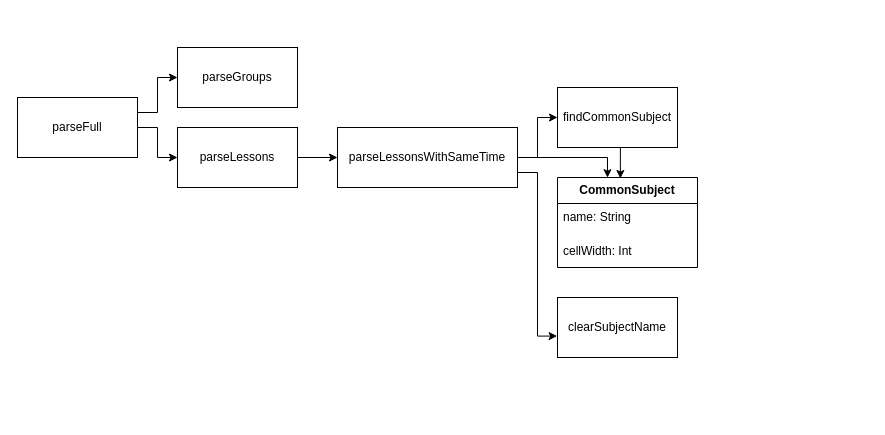
galina-ta/cspu-architecture keeps this draw.io diagram as main.drawio. Above is the earlier version. Source tidied: cells renumbered, new cells numbered last; positions are measured from the earlier drawing's top-left corner, leaving out a move shared by most shapes. Both pictures are drawn from the tidied source at 100%, with x=0, y=0 at pixel (17, 47).
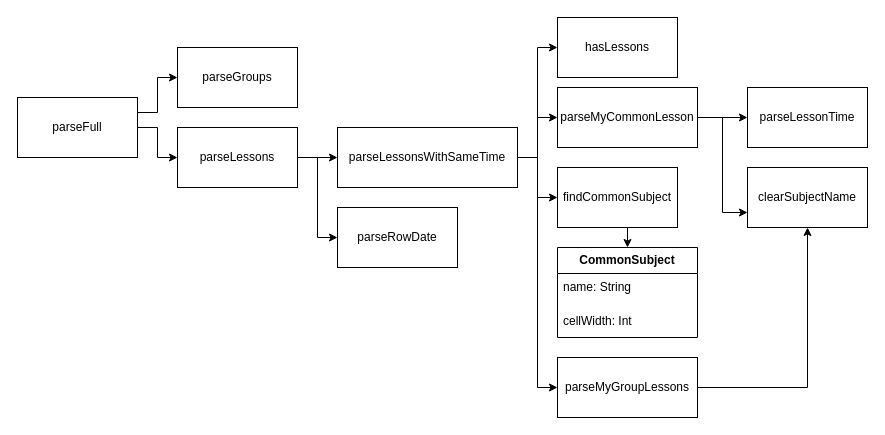
The same diagram, later.

Unchanged cells that the change refers to:
```xml
<mxCell id="6" value="parseLessons" style="rounded=0;whiteSpace=wrap;html=1;" parent="1" vertex="1">
  <mxGeometry x="160" y="80" width="120" height="60" as="geometry" />
</mxCell>
<mxCell id="13" value="parseLessonsWithSameTime" style="rounded=0;whiteSpace=wrap;html=1;" parent="1" vertex="1">
  <mxGeometry x="320" y="80" width="180" height="60" as="geometry" />
</mxCell>
```

Change to the diagram source:
```diff
@@
+    <mxCell id="18" style="edgeStyle=orthogonalEdgeStyle;rounded=0;jettySize=auto;html=1;exitX=1;exitY=0.5;exitDx=0;exitDy=0;entryX=0;entryY=0.5;entryDx=0;entryDy=0;" parent="1" edge="1" source="6" target="22">
+      <mxGeometry relative="1" as="geometry" />
+    </mxCell>
@@
-    <mxCell id="8" style="edgeStyle=orthogonalEdgeStyle;rounded=0;jettySize=auto;html=1;exitX=0.5;exitY=1;exitDx=0;exitDy=0;entryX=0.449;entryY=0.011;entryDx=0;entryDy=0;entryPerimeter=0;" parent="1" edge="1" source="9" target="15">
-      <mxGeometry relative="1" as="geometry" />
-    </mxCell>
-    <mxCell id="9" value="findCommonSubject" style="rounded=0;whiteSpace=wrap;html=1;" parent="1" vertex="1">
-      <mxGeometry x="540" y="40" width="120" height="60" as="geometry" />
-    </mxCell>
@@
-    <mxCell id="11" style="edgeStyle=orthogonalEdgeStyle;rounded=0;jettySize=auto;html=1;exitX=1;exitY=0.75;exitDx=0;exitDy=0;entryX=-0.003;entryY=0.643;entryDx=0;entryDy=0;entryPerimeter=0;" parent="1" edge="1" source="13" target="14">
-      <mxGeometry relative="1" as="geometry" />
-    </mxCell>
-    <mxCell id="12" style="edgeStyle=orthogonalEdgeStyle;rounded=0;jettySize=auto;html=1;exitX=1;exitY=0.5;exitDx=0;exitDy=0;entryX=0.357;entryY=0.002;entryDx=0;entryDy=0;entryPerimeter=0;" parent="1" edge="1" source="13" target="15">
-      <mxGeometry relative="1" as="geometry" />
-    </mxCell>
+    <mxCell id="19" style="edgeStyle=orthogonalEdgeStyle;rounded=0;jettySize=auto;html=1;exitX=1;exitY=0.5;exitDx=0;exitDy=0;entryX=0;entryY=0.5;entryDx=0;entryDy=0;" parent="1" edge="1" source="13" target="23">
+      <mxGeometry relative="1" as="geometry" />
+    </mxCell>
+    <mxCell id="20" style="edgeStyle=orthogonalEdgeStyle;rounded=0;jettySize=auto;html=1;exitX=1;exitY=0.5;exitDx=0;exitDy=0;entryX=0;entryY=0.5;entryDx=0;entryDy=0;" parent="1" edge="1" source="13" target="28">
+      <mxGeometry relative="1" as="geometry" />
+    </mxCell>
+    <mxCell id="21" style="edgeStyle=orthogonalEdgeStyle;rounded=0;jettySize=auto;html=1;exitX=1;exitY=0.5;exitDx=0;exitDy=0;entryX=0;entryY=0.5;entryDx=0;entryDy=0;" parent="1" edge="1" source="13" target="25">
+      <mxGeometry relative="1" as="geometry" />
+    </mxCell>
@@
     <mxCell id="14" value="clearSubjectName" style="rounded=0;whiteSpace=wrap;html=1;" parent="1" vertex="1">
-      <mxGeometry x="540" y="250" width="120" height="60" as="geometry" />
+      <mxGeometry x="730" y="120" width="120" height="60" as="geometry" />
     </mxCell>
     <mxCell id="15" value="CommonSubject" style="swimlane;horizontal=1;startSize=26;fillColor=none;whiteSpace=wrap;html=1;" parent="1" vertex="1">
-      <mxGeometry x="540" y="130" width="140" height="90" as="geometry" />
+      <mxGeometry x="540" y="200" width="140" height="90" as="geometry" />
     </mxCell>
@@
+    <mxCell id="22" value="parseRowDate" style="rounded=0;whiteSpace=wrap;html=1;" parent="1" vertex="1">
+      <mxGeometry x="320" y="160" width="120" height="60" as="geometry" />
+    </mxCell>
+    <mxCell id="23" value="hasLessons" style="rounded=0;whiteSpace=wrap;html=1;" parent="1" vertex="1">
+      <mxGeometry x="540" y="-30" width="120" height="60" as="geometry" />
+    </mxCell>
+    <mxCell id="24" style="edgeStyle=orthogonalEdgeStyle;rounded=0;jettySize=auto;html=1;exitX=1;exitY=0.5;exitDx=0;exitDy=0;entryX=0.5;entryY=1;entryDx=0;entryDy=0;" parent="1" edge="1" source="25" target="14">
+      <mxGeometry relative="1" as="geometry" />
+    </mxCell>
+    <mxCell id="25" value="parseMyGroupLessons" style="rounded=0;whiteSpace=wrap;html=1;" parent="1" vertex="1">
+      <mxGeometry x="540" y="310" width="140" height="60" as="geometry" />
+    </mxCell>
+    <mxCell id="26" style="edgeStyle=orthogonalEdgeStyle;rounded=0;jettySize=auto;html=1;exitX=1;exitY=0.5;exitDx=0;exitDy=0;entryX=0;entryY=0.5;entryDx=0;entryDy=0;" parent="1" edge="1" source="28" target="29">
+      <mxGeometry relative="1" as="geometry" />
+    </mxCell>
+    <mxCell id="27" style="edgeStyle=orthogonalEdgeStyle;rounded=0;jettySize=auto;html=1;exitX=1;exitY=0.5;exitDx=0;exitDy=0;entryX=0;entryY=0.75;entryDx=0;entryDy=0;" parent="1" edge="1" source="28" target="14">
+      <mxGeometry relative="1" as="geometry" />
+    </mxCell>
+    <mxCell id="28" value="parseMyCommonLesson" style="rounded=0;whiteSpace=wrap;html=1;" parent="1" vertex="1">
+      <mxGeometry x="540" y="40" width="140" height="60" as="geometry" />
+    </mxCell>
+    <mxCell id="29" value="parseLessonTime" style="rounded=0;whiteSpace=wrap;html=1;" parent="1" vertex="1">
+      <mxGeometry x="730" y="40" width="120" height="60" as="geometry" />
+    </mxCell>
+    <mxCell id="8" style="edgeStyle=orthogonalEdgeStyle;rounded=0;jettySize=auto;html=1;exitX=0.5;exitY=1;exitDx=0;exitDy=0;entryX=0.5;entryY=0;entryDx=0;entryDy=0;" parent="1" edge="1" source="9" target="15">
+      <mxGeometry relative="1" as="geometry" />
+    </mxCell>
+    <mxCell id="9" value="findCommonSubject" style="rounded=0;whiteSpace=wrap;html=1;" parent="1" vertex="1">
+      <mxGeometry x="540" y="120" width="120" height="60" as="geometry" />
+    </mxCell>
```
